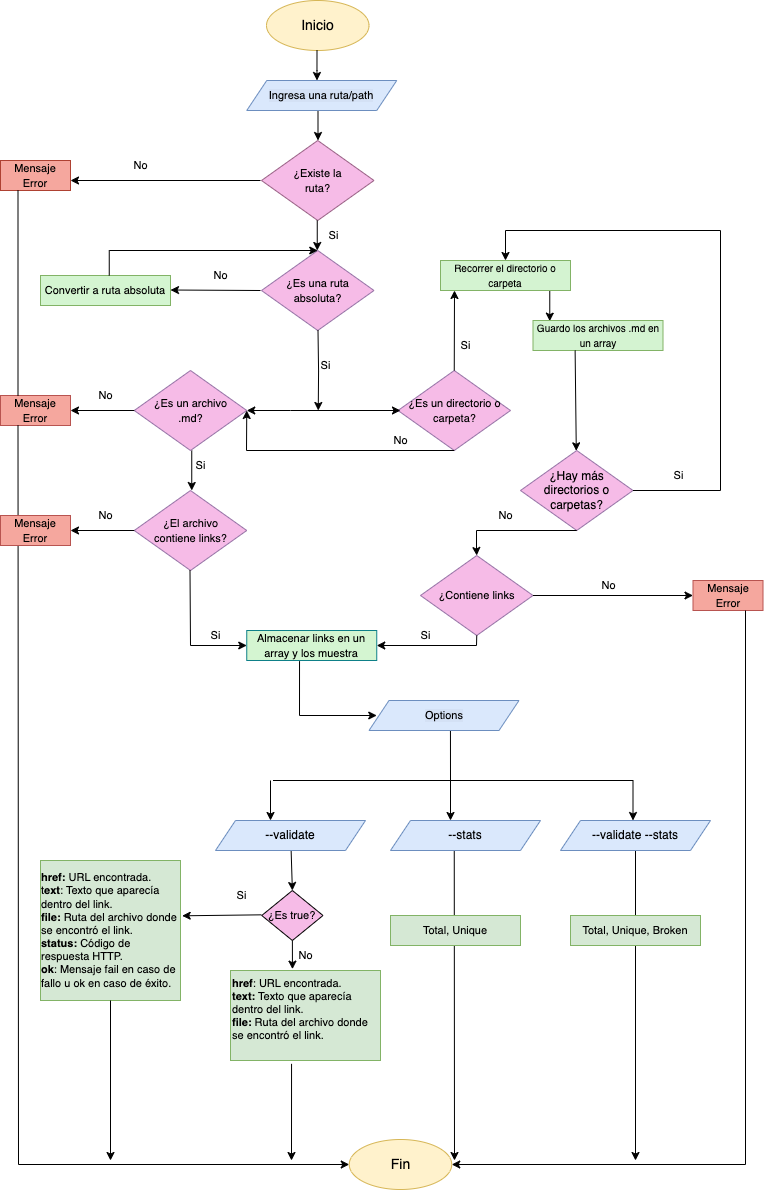
Above: images/diagramadeflujo.png in claudiaoj/DEV007-md-links (draw.io), before the change. Source tidied: cells renumbered, new cells last; positions are measured from the earlier drawing's top-left corner, leaving out a move shared by most shapes.
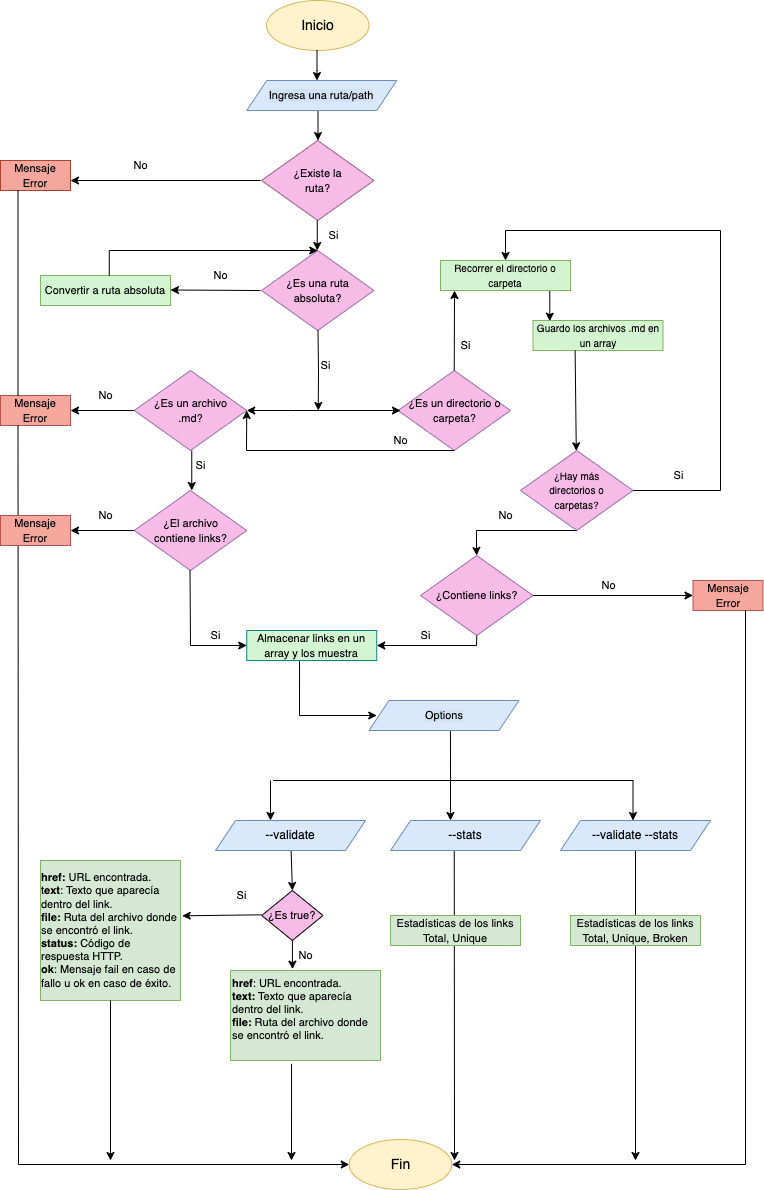
The same file after the commit.

Change to the diagram source:
```diff
@@ -200,10 +200,10 @@
     <mxCell id="47" value="&lt;font style=&quot;font-size: 11px;&quot;&gt;¿Es un directorio o carpeta?&lt;/font&gt;" style="rhombus;whiteSpace=wrap;html=1;fillColor=#f6bbe7;strokeColor=#9673a6;" parent="1" vertex="1">
       <mxGeometry x="397.5" y="370" width="112.5" height="80" as="geometry" />
     </mxCell>
-    <mxCell id="48" value="&lt;font style=&quot;font-size: 11px;&quot;&gt;Total, Unique&lt;/font&gt;" style="rounded=0;whiteSpace=wrap;html=1;fillColor=#d5e8d4;strokeColor=#82b366;" parent="1" vertex="1">
+    <mxCell id="48" value="&lt;font style=&quot;font-size: 11px;&quot;&gt;Estadísticas de los links&lt;br&gt;Total, Unique&lt;/font&gt;" style="rounded=0;whiteSpace=wrap;html=1;fillColor=#d5e8d4;strokeColor=#82b366;" parent="1" vertex="1">
       <mxGeometry x="390" y="915" width="130" height="30" as="geometry" />
     </mxCell>
-    <mxCell id="49" value="&lt;font style=&quot;font-size: 11px;&quot;&gt;Total, Unique, Broken&lt;/font&gt;" style="rounded=0;whiteSpace=wrap;html=1;fillColor=#d5e8d4;strokeColor=#82b366;" parent="1" vertex="1">
+    <mxCell id="49" value="&lt;font style=&quot;font-size: 11px;&quot;&gt;Estadísticas de los links&lt;br&gt;Total, Unique, Broken&lt;/font&gt;" style="rounded=0;whiteSpace=wrap;html=1;fillColor=#d5e8d4;strokeColor=#82b366;" parent="1" vertex="1">
       <mxGeometry x="570" y="915" width="130" height="30" as="geometry" />
     </mxCell>
     <mxCell id="50" value="&lt;font style=&quot;font-size: 11px;&quot;&gt;¿Es un archivo &lt;br&gt;.md?&lt;/font&gt;" style="rhombus;whiteSpace=wrap;html=1;fillColor=#f6bbe7;strokeColor=#9673a6;" parent="1" vertex="1">
@@ -212,7 +212,7 @@
     <mxCell id="51" value="&lt;font style=&quot;font-size: 11px;&quot;&gt;No&lt;/font&gt;" style="text;html=1;align=center;verticalAlign=middle;strokeColor=none;fillColor=none;" parent="1" vertex="1">
       <mxGeometry x="85" y="380" width="40" height="30" as="geometry" />
     </mxCell>
-    <mxCell id="52" value="&lt;font style=&quot;font-size: 11px;&quot;&gt;¿Contiene links&lt;/font&gt;" style="rhombus;whiteSpace=wrap;html=1;fillColor=#f6bbe7;strokeColor=#9673a6;" parent="1" vertex="1">
+    <mxCell id="52" value="&lt;font style=&quot;font-size: 11px;&quot;&gt;¿Contiene links?&lt;/font&gt;" style="rhombus;whiteSpace=wrap;html=1;fillColor=#f6bbe7;strokeColor=#9673a6;" parent="1" vertex="1">
       <mxGeometry x="420" y="555" width="112.5" height="80" as="geometry" />
     </mxCell>
     <mxCell id="53" style="endArrow=classic;startArrow=classic;html=1;rounded=0;exitX=1;exitY=0.5;exitDx=0;exitDy=0;entryX=0.022;entryY=0.5;entryDx=0;entryDy=0;entryPerimeter=0;" parent="1" edge="1" source="50" target="47">
@@ -270,7 +270,7 @@
         <mxPoint x="454" y="290" as="targetPoint" />
       </mxGeometry>
     </mxCell>
-    <mxCell id="65" value="¿Hay más directorios o carpetas?" style="rhombus;whiteSpace=wrap;html=1;fillColor=#f6bbe7;strokeColor=#9673a6;" parent="1" vertex="1">
+    <mxCell id="65" value="&lt;font style=&quot;font-size: 10px;&quot;&gt;¿Hay más &lt;br&gt;directorios o &lt;br&gt;carpetas?&lt;/font&gt;" style="rhombus;whiteSpace=wrap;html=1;fillColor=#f6bbe7;strokeColor=#9673a6;" parent="1" vertex="1">
       <mxGeometry x="520" y="450" width="112.5" height="80" as="geometry" />
     </mxCell>
     <mxCell id="66" style="endArrow=classic;html=1;rounded=0;exitX=0.324;exitY=1;exitDx=0;exitDy=0;exitPerimeter=0;" parent="1" edge="1" source="59" target="65">
```
